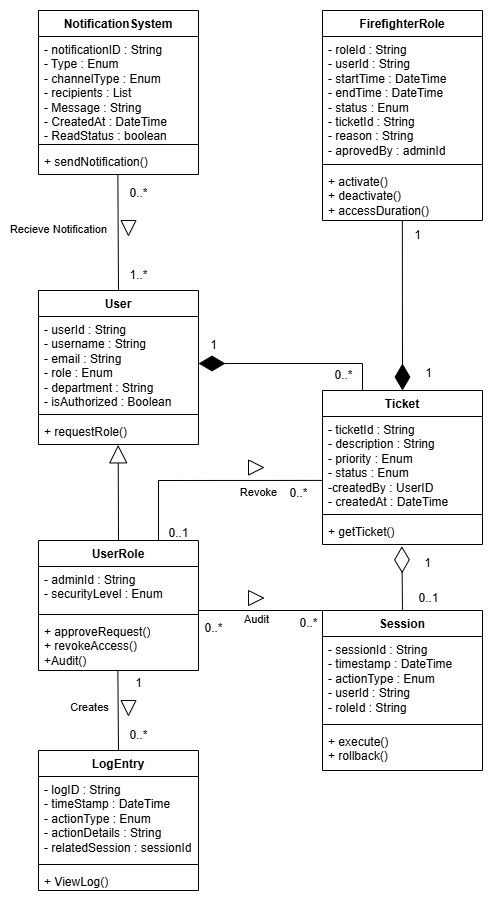
Before: Documentation/Domain Model.png, a diagram exported from draw.io (COS301-SE-2025/Fire-Fighter). Source tidied: cells renumbered, new cells last; positions are measured from the earlier drawing's top-left corner, leaving out a move shared by most shapes.
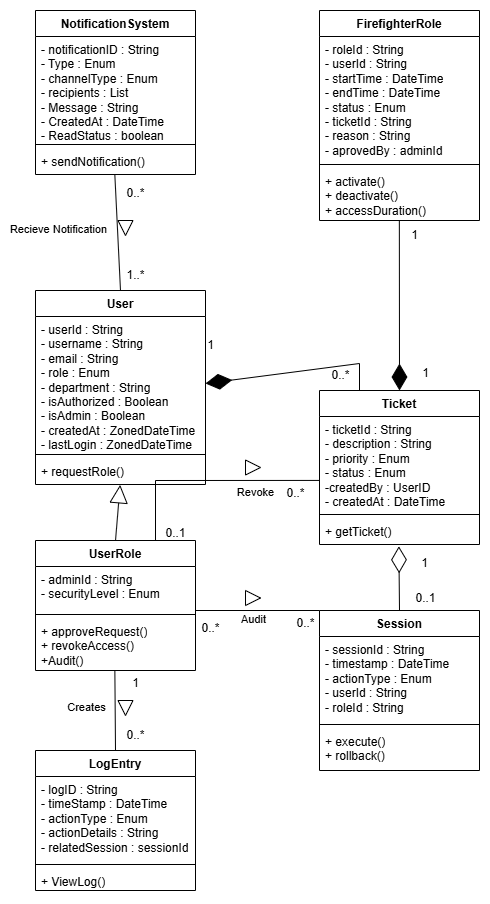
After the change.

Commit message:
Added User attributes

The edit, as a diff of the source:
```diff
@@ -3,16 +3,16 @@
     <mxCell id="0" />
     <mxCell id="1" parent="0" />
     <mxCell id="2" value="User" style="swimlane;fontStyle=1;align=center;verticalAlign=top;horizontal=1;startSize=26;whiteSpace=wrap;html=1;" parent="1" vertex="1">
-      <mxGeometry y="280" width="160" height="154" as="geometry" />
+      <mxGeometry y="280" width="170" height="194" as="geometry" />
     </mxCell>
-    <mxCell id="3" value="- userId : String&lt;div&gt;- username : String&lt;/div&gt;&lt;div&gt;- email : String&lt;/div&gt;&lt;div&gt;- role : Enum&lt;/div&gt;&lt;div&gt;- department : String&lt;/div&gt;&lt;div&gt;- isAuthorized : Boolean&lt;/div&gt;&lt;div&gt;&lt;br&gt;&lt;/div&gt;" style="text;strokeColor=none;fillColor=none;align=left;verticalAlign=top;spacingLeft=4;spacingRight=4;overflow=hidden;points=[[0,0.5],[1,0.5]];portConstraint=eastwest;whiteSpace=wrap;html=1;" parent="2" vertex="1">
-      <mxGeometry y="26" width="160" height="94" as="geometry" />
+    <mxCell id="3" value="- userId : String&lt;div&gt;- username : String&lt;/div&gt;&lt;div&gt;- email : String&lt;/div&gt;&lt;div&gt;- role : Enum&lt;/div&gt;&lt;div&gt;- department : String&lt;/div&gt;&lt;div&gt;- isAuthorized : Boolean&lt;/div&gt;&lt;div&gt;- isAdmin : Boolean&lt;/div&gt;&lt;div&gt;- createdAt : ZonedDateTime&lt;/div&gt;&lt;div&gt;- lastLogin : ZonedDateTime&lt;/div&gt;&lt;div&gt;&lt;br&gt;&lt;/div&gt;" style="text;strokeColor=none;fillColor=none;align=left;verticalAlign=top;spacingLeft=4;spacingRight=4;overflow=hidden;points=[[0,0.5],[1,0.5]];portConstraint=eastwest;whiteSpace=wrap;html=1;" parent="2" vertex="1">
+      <mxGeometry y="26" width="170" height="134" as="geometry" />
     </mxCell>
     <mxCell id="4" style="line;strokeWidth=1;fillColor=none;align=left;verticalAlign=middle;spacingTop=-1;spacingLeft=3;spacingRight=3;labelPosition=right;strokeColor=inherit;" parent="2" vertex="1">
-      <mxGeometry y="120" width="160" height="8" as="geometry" />
+      <mxGeometry y="160" width="170" height="8" as="geometry" />
     </mxCell>
     <mxCell id="5" value="+ requestRole()" style="text;strokeColor=none;fillColor=none;align=left;verticalAlign=top;spacingLeft=4;spacingRight=4;overflow=hidden;points=[[0,0.5],[1,0.5]];portConstraint=eastwest;whiteSpace=wrap;html=1;" parent="2" vertex="1">
-      <mxGeometry y="128" width="160" height="26" as="geometry" />
+      <mxGeometry y="168" width="170" height="26" as="geometry" />
     </mxCell>
     <mxCell id="6" value="FirefighterRole" style="swimlane;fontStyle=1;align=center;verticalAlign=top;horizontal=1;startSize=26;whiteSpace=wrap;html=1;" parent="1" vertex="1">
       <mxGeometry x="284" width="160" height="210" as="geometry" />
```
